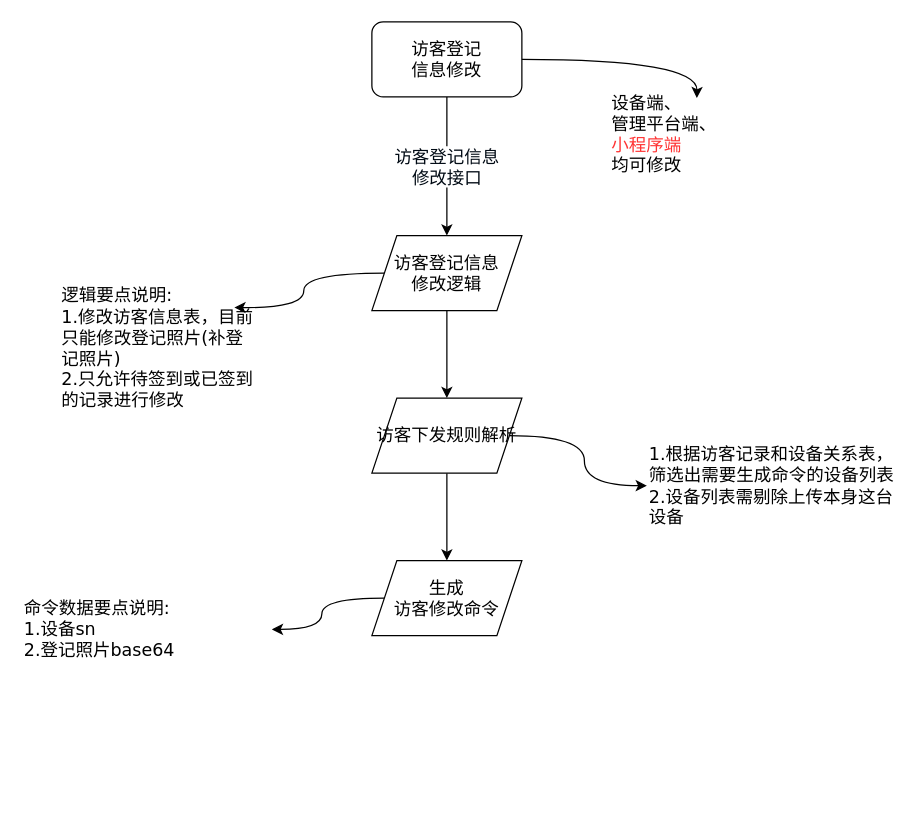
Before: page "访客登记记录修改" (10 of 12) of 访客迭代3.7.1-平台和小程序和设备交互流程.drawio in chwnjianhui/draw.io, a draw.io diagram. Source tidied: cells renumbered, new cells numbered last; positions are measured from the earlier drawing's top-left corner, leaving out a move shared by most shapes. Both pictures are drawn from the tidied source at 125%, with x=0, y=0 at pixel (21, 21).
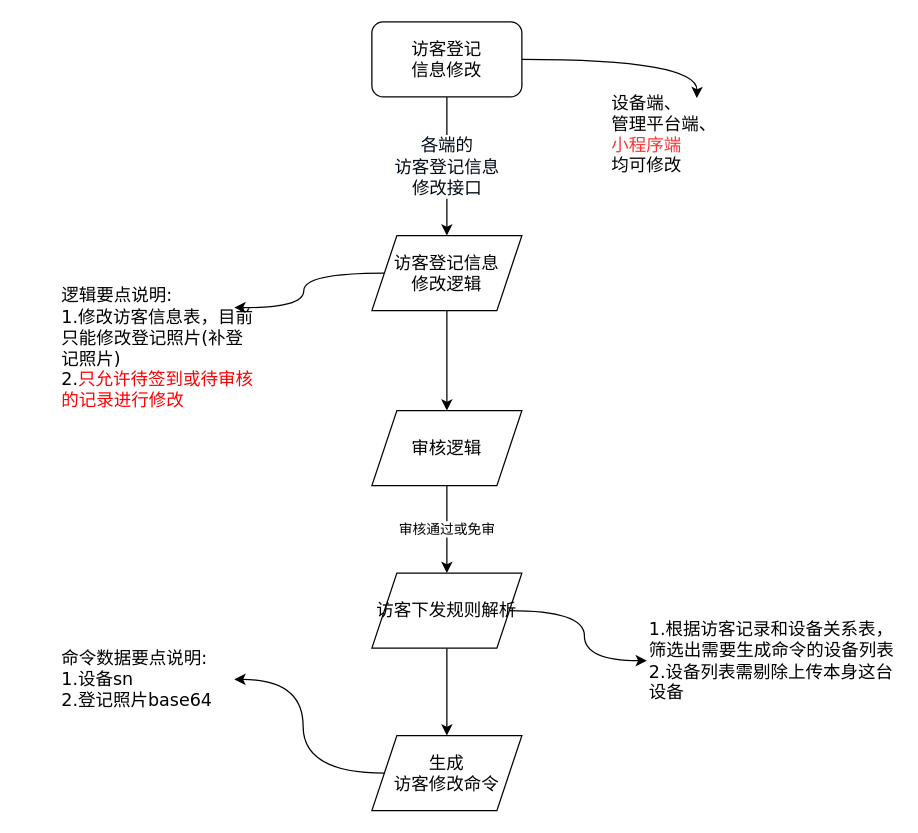
After the change.

Unchanged cells that the change refers to:
```xml
<mxCell id="3" value="访客登记&lt;br&gt;信息修改" style="rounded=1;whiteSpace=wrap;html=1;fontSize=14;fillColor=#FFFFFF;" parent="1" vertex="1">
  <mxGeometry x="280" width="120" height="60" as="geometry" />
</mxCell>
<mxCell id="6" value="访客登记信息&lt;br&gt;修改逻辑" style="shape=parallelogram;perimeter=parallelogramPerimeter;whiteSpace=wrap;html=1;fixedSize=1;fontSize=14;fillColor=#FFFFFF;" parent="1" vertex="1">
  <mxGeometry x="280" y="171" width="120" height="60" as="geometry" />
</mxCell>
```

What changed in the source:
```diff
@@
-    <mxCell id="2" value="访客登记信息&lt;br&gt;修改接口" style="edgeStyle=orthogonalEdgeStyle;curved=1;rounded=0;jettySize=auto;html=1;fontSize=14;fontColor=#000A14;" parent="1" edge="1" source="3" target="6">
+    <mxCell id="2" value="各端的&lt;br&gt;访客登记信息&lt;br&gt;修改接口" style="edgeStyle=orthogonalEdgeStyle;curved=1;rounded=0;jettySize=auto;html=1;fontSize=14;fontColor=#000A14;" parent="1" edge="1" source="3" target="6">
       <mxGeometry relative="1" as="geometry" />
     </mxCell>
@@
-    <mxCell id="5" style="edgeStyle=orthogonalEdgeStyle;curved=1;rounded=0;jettySize=auto;html=1;fontSize=14;fontColor=#000A14;" parent="1" edge="1" source="6" target="10">
+    <mxCell id="5" style="edgeStyle=orthogonalEdgeStyle;curved=1;rounded=0;jettySize=auto;html=1;fontSize=14;fontColor=#000A14;entryX=0.5;entryY=0;entryDx=0;entryDy=0;" parent="1" edge="1" source="6" target="18">
       <mxGeometry relative="1" as="geometry" />
     </mxCell>
@@
-    <mxCell id="7" value="&lt;font face=&quot;Verdana&quot;&gt;逻辑要点说明:&lt;/font&gt;&lt;br&gt;&lt;font face=&quot;Verdana&quot;&gt;1.修改访客信息表，&lt;/font&gt;&lt;span style=&quot;font-family: Verdana;&quot;&gt;目前只能修改登记照片(补登记照片)&lt;br&gt;2.只允许待签到或已签到的记录进行修改&lt;br&gt;&lt;/span&gt;" style="text;html=1;strokeColor=none;fillColor=none;align=left;verticalAlign=middle;whiteSpace=wrap;rounded=0;fontSize=14;" parent="1" vertex="1">
+    <mxCell id="7" value="&lt;font face=&quot;Verdana&quot;&gt;逻辑要点说明:&lt;/font&gt;&lt;br&gt;&lt;font face=&quot;Verdana&quot;&gt;1.修改访客信息表，&lt;/font&gt;&lt;span style=&quot;font-family: Verdana;&quot;&gt;目前只能修改登记照片(补登记照片)&lt;br&gt;2.&lt;font color=&quot;#ff0000&quot;&gt;只允许待签到或待审核的记录进行修改&lt;/font&gt;&lt;br&gt;&lt;/span&gt;" style="text;html=1;strokeColor=none;fillColor=none;align=left;verticalAlign=middle;whiteSpace=wrap;rounded=0;fontSize=14;" parent="1" vertex="1">
       <mxGeometry x="30" y="231" width="160" height="60" as="geometry" />
     </mxCell>
@@
     <mxCell id="10" value="访客下发规则解析" style="shape=parallelogram;perimeter=parallelogramPerimeter;whiteSpace=wrap;html=1;fixedSize=1;fontSize=14;fillColor=#FFFFFF;" parent="1" vertex="1">
-      <mxGeometry x="280" y="301" width="120" height="60" as="geometry" />
+      <mxGeometry x="280" y="441" width="120" height="60" as="geometry" />
     </mxCell>
@@
     <mxCell id="12" value="生成&lt;br&gt;访客修改命令" style="shape=parallelogram;perimeter=parallelogramPerimeter;whiteSpace=wrap;html=1;fixedSize=1;fontSize=14;fillColor=#FFFFFF;" parent="1" vertex="1">
-      <mxGeometry x="280" y="431" width="120" height="60" as="geometry" />
+      <mxGeometry x="280" y="571" width="120" height="60" as="geometry" />
     </mxCell>
     <mxCell id="13" value="&lt;font face=&quot;Verdana&quot;&gt;命令数据要点说明:&lt;/font&gt;&lt;br&gt;&lt;font face=&quot;Verdana&quot;&gt;1.设备sn&lt;br&gt;2.登记照片base64&lt;br&gt;&lt;/font&gt;" style="text;html=1;strokeColor=none;fillColor=none;align=left;verticalAlign=middle;whiteSpace=wrap;rounded=0;fontSize=14;" parent="1" vertex="1">
-      <mxGeometry y="431" width="200" height="110" as="geometry" />
+      <mxGeometry x="30" y="481" width="140" height="90" as="geometry" />
     </mxCell>
     <mxCell id="14" value="&lt;span style=&quot;font-family: Verdana; font-size: 14px;&quot;&gt;1.根据访客记录和设备关系表，筛选出需要生成命令的设备列表&lt;br&gt;2.设备列表需剔除上传本身这台设备&lt;br style=&quot;font-size: 14px;&quot;&gt;&lt;/span&gt;" style="text;html=1;strokeColor=none;fillColor=none;align=left;verticalAlign=middle;whiteSpace=wrap;rounded=0;fontSize=14;" parent="1" vertex="1">
-      <mxGeometry x="500" y="351" width="200" height="40" as="geometry" />
+      <mxGeometry x="500" y="491" width="200" height="40" as="geometry" />
     </mxCell>
@@
+    <mxCell id="17" value="审核通过或免审" style="edgeStyle=orthogonalEdgeStyle;rounded=0;jettySize=auto;html=1;" parent="1" edge="1" source="18" target="10">
+      <mxGeometry relative="1" as="geometry" />
+    </mxCell>
+    <mxCell id="18" value="审核逻辑" style="shape=parallelogram;perimeter=parallelogramPerimeter;whiteSpace=wrap;html=1;fixedSize=1;fontSize=14;fillColor=#FFFFFF;" parent="1" vertex="1">
+      <mxGeometry x="280" y="311" width="120" height="60" as="geometry" />
+    </mxCell>
```
